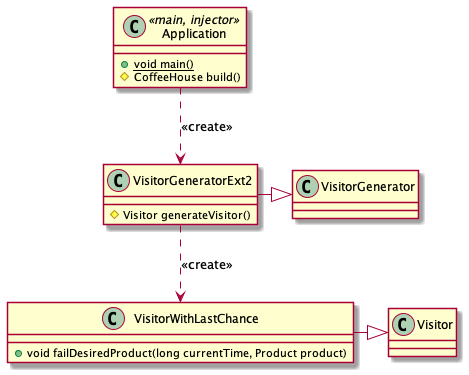
Earlier version of the PlantUML export docs/Class Diagrams/extension2/Extension2.png (aswejei/cafe_ppvis). Its diagram source:
```plantuml
@startuml Ext2


class Application <<main, injector>> {
    + {static} void main()
    # CoffeeHouse build()
}

class VisitorGeneratorExt2 {
    # Visitor generateVisitor()
}

class VisitorWithLastChance {
    + void failDesiredProduct(long currentTime, Product product)
}

VisitorGeneratorExt2 -|> VisitorGenerator
VisitorWithLastChance -|> Visitor

Application ..> VisitorGeneratorExt2 : <<create>>
VisitorGeneratorExt2 ..> VisitorWithLastChance : <<create>>

@enduml
```
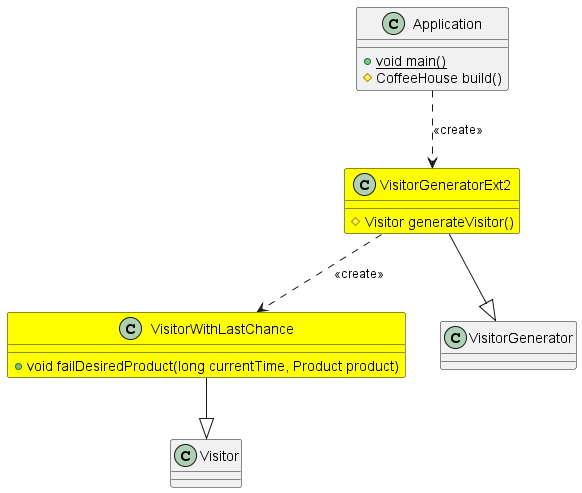
Above is the later version.

What changed in the source:
```diff
@@ -1,23 +1,16 @@
-@startuml Ext2
-
-
-class Application <<main, injector>> {
+@startuml
+class Application {
     + {static} void main()
     # CoffeeHouse build()
 }
-
-class VisitorGeneratorExt2 {
+class VisitorGeneratorExt2 #Yellow{
     # Visitor generateVisitor()
 }
-
-class VisitorWithLastChance {
+class VisitorWithLastChance #Yellow{
     + void failDesiredProduct(long currentTime, Product product)
 }
-
-VisitorGeneratorExt2 -|> VisitorGenerator
-VisitorWithLastChance -|> Visitor
-
-Application ..> VisitorGeneratorExt2 : <<create>>
-VisitorGeneratorExt2 ..> VisitorWithLastChance : <<create>>
-
+Application ..> VisitorGeneratorExt2: <<create>>
+VisitorGeneratorExt2 ..> VisitorWithLastChance: <<create>>
+VisitorGeneratorExt2 --|> VisitorGenerator
+VisitorWithLastChance --|> Visitor
 @enduml
```
